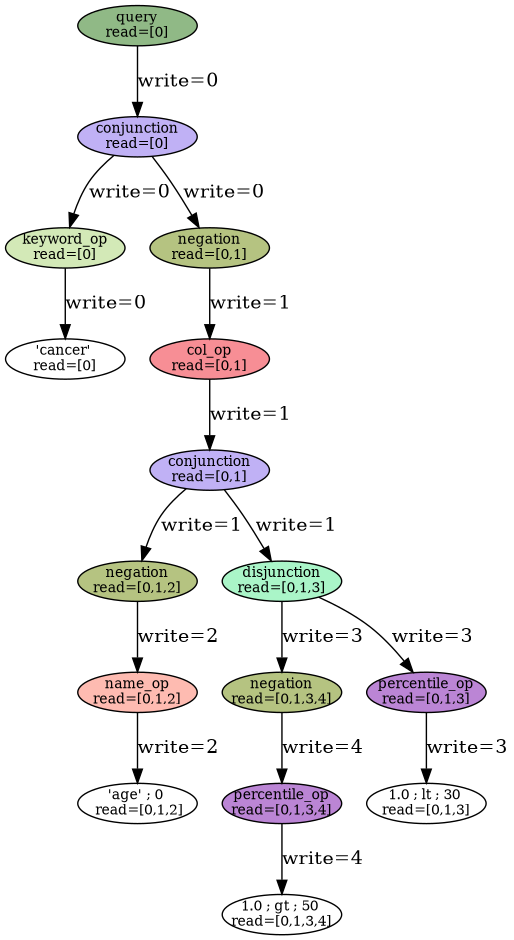
This is analysis/visualize_trees/edited_trees/parse_tree_query_justifying_column_node_rule_with_leaves.png from leonardgeissler/fainder-demo, a Graphviz export, as it was before one commit. Its source is kept beside it as analysis/visualize_trees/edited_trees/parse_tree_query_justifying_column_node_rule_with_leaves.dot.
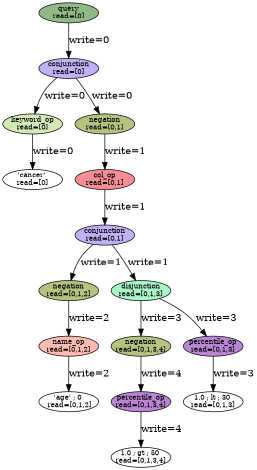
The same file after the commit.

What changed in the source:
```diff
@@ -1,6 +1,6 @@
 digraph G {
 rankdir=TB;
-dpi=100;
+dpi=50;
 node [shape=oval, width=1.2, height=0.4, fixedsize=true, fontsize=10];
 0 [label="'cancer' \nread=[0]", shape=oval, width=1.2, height=0.4, fixedsize=true, fontsize=10];
 1 [style=filled, fillcolor="#d3e9b7", label="keyword_op\nread=[0]", shape=oval, width=1.2, height=0.4, fixedsize=true, fontsize=10];
```
